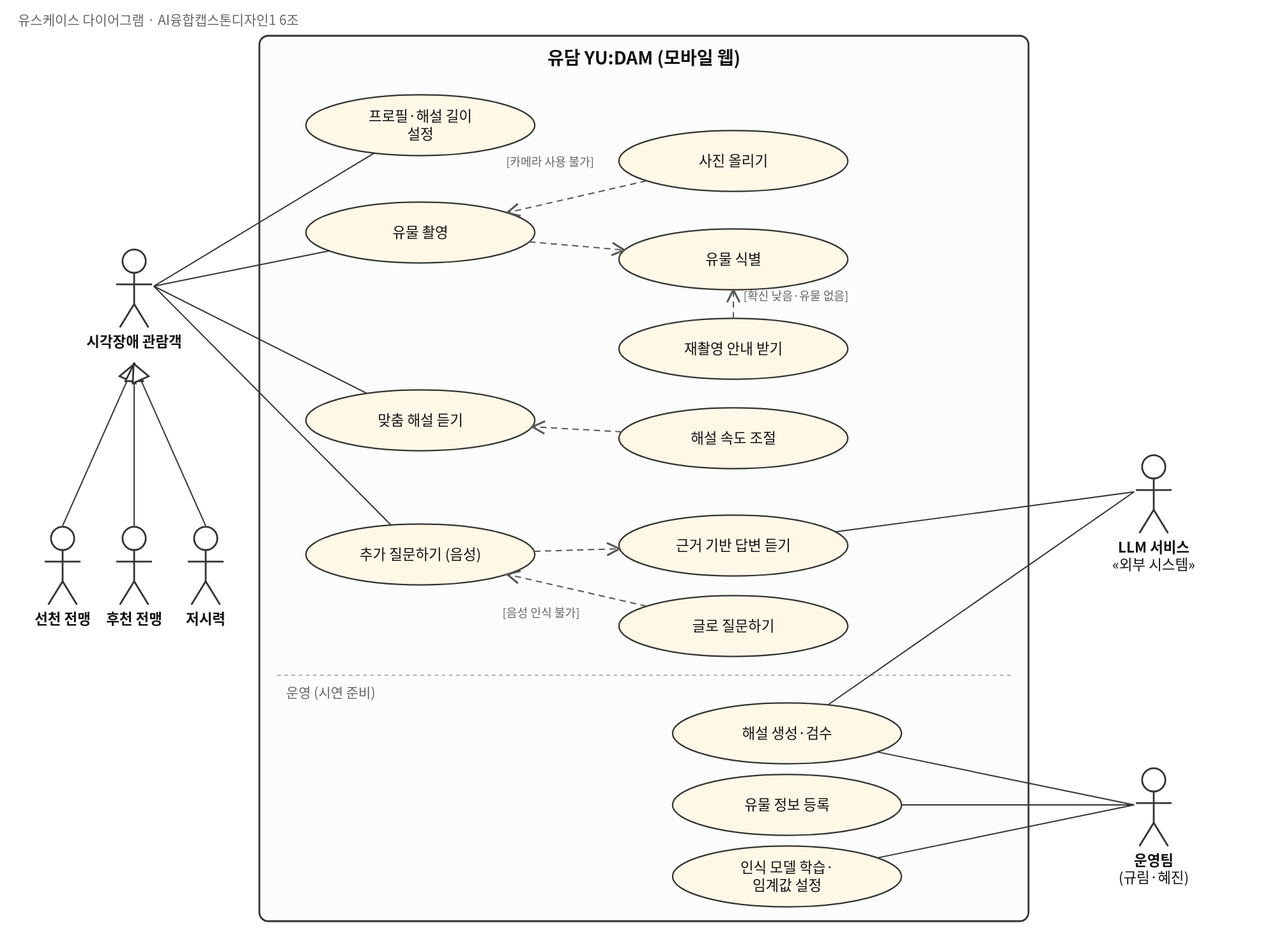
Earlier version of the PlantUML export docs/uml/usecase.svg (kyurimyang/AIcapston1). Its source is kept beside it as docs/uml/usecase.puml.
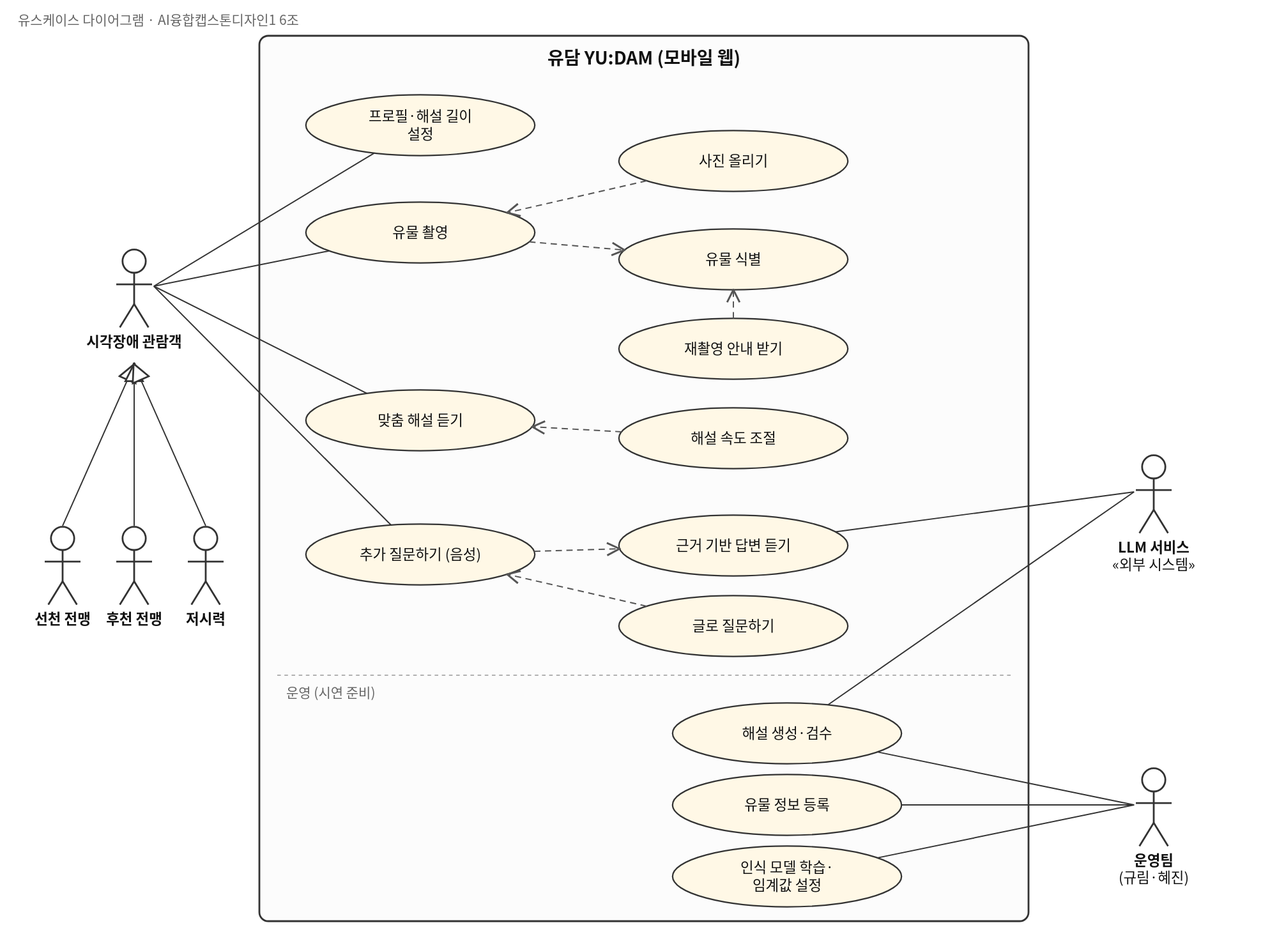
Later version of the same file.

Commit message:
유스케이스 다이어그램: 점선 화살표의 조건 표시도 삭제

Claude-Session: https://claude.ai/code/session_01DfepJ4P3R8KkBf4huVmUEx

Diff of the diagram source:
```diff
@@ -37,11 +37,11 @@
 Visitor -- UC_Ask
 
 UC_Shoot ..> UC_Identify
-UC_Upload ..> UC_Shoot : [카메라 사용 불가]
-UC_Retake ..> UC_Identify : [확신 낮음·유물 없음]
+UC_Upload ..> UC_Shoot
+UC_Retake ..> UC_Identify
 UC_Speed ..> UC_Narr
 UC_Ask ..> UC_Answer
-UC_Text ..> UC_Ask : [음성 인식 불가]
+UC_Text ..> UC_Ask
 
 UC_Answer -- LLM
 UC_Review -- LLM
```
